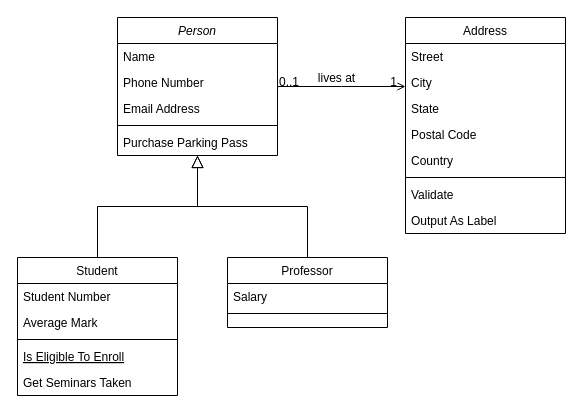
Earlier version of the draw.io diagram Visuels/wordies arch.drawio (Igniiis/wordies). Source tidied: cells renumbered, new cells numbered last; positions are measured from the earlier drawing's top-left corner, leaving out a move shared by most shapes. Both pictures are drawn from the tidied source at 100%, with x=0, y=0 at pixel (17, 17).
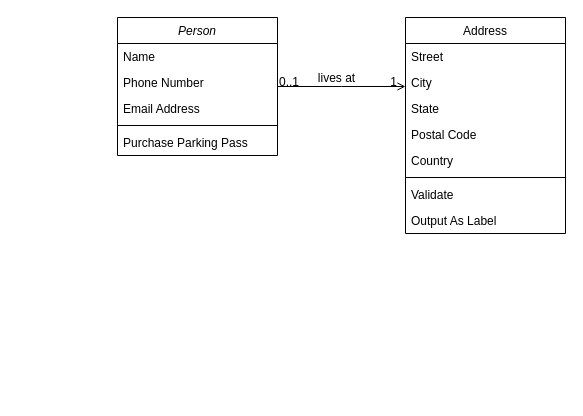
Above is the later version.

Commit message (it also covers changes not shown here):
Mettre à jour wordies arch.drawio

Unchanged cells that the change refers to:
```xml
<mxCell id="2" value="Person" style="swimlane;fontStyle=2;align=center;verticalAlign=top;horizontal=1;startSize=26;rounded=0;shadow=0;strokeWidth=1;" parent="1" vertex="1">
  <mxGeometry x="100" width="160" height="138" as="geometry" />
</mxCell>
```

Change to the diagram source:
```diff
@@
-    <mxCell id="8" value="Student" style="swimlane;fontStyle=0;align=center;verticalAlign=top;horizontal=1;startSize=26;rounded=0;shadow=0;strokeWidth=1;" parent="1" vertex="1">
-      <mxGeometry y="240" width="160" height="138" as="geometry" />
-    </mxCell>
-    <mxCell id="9" value="Student Number" style="text;align=left;verticalAlign=top;spacingLeft=4;spacingRight=4;overflow=hidden;" parent="8" vertex="1">
-      <mxGeometry y="26" width="160" height="26" as="geometry" />
-    </mxCell>
-    <mxCell id="10" value="Average Mark" style="text;align=left;verticalAlign=top;spacingLeft=4;spacingRight=4;overflow=hidden;rounded=0;shadow=0;html=0;" parent="8" vertex="1">
-      <mxGeometry y="52" width="160" height="26" as="geometry" />
-    </mxCell>
-    <mxCell id="11" style="line;html=1;strokeWidth=1;align=left;verticalAlign=middle;spacingTop=-1;spacingLeft=3;spacingRight=3;labelPosition=right;" parent="8" vertex="1">
-      <mxGeometry y="78" width="160" height="8" as="geometry" />
-    </mxCell>
-    <mxCell id="12" value="Is Eligible To Enroll" style="text;align=left;verticalAlign=top;spacingLeft=4;spacingRight=4;overflow=hidden;fontStyle=4;" parent="8" vertex="1">
-      <mxGeometry y="86" width="160" height="26" as="geometry" />
-    </mxCell>
-    <mxCell id="13" value="Get Seminars Taken" style="text;align=left;verticalAlign=top;spacingLeft=4;spacingRight=4;overflow=hidden;" parent="8" vertex="1">
-      <mxGeometry y="112" width="160" height="26" as="geometry" />
-    </mxCell>
-    <mxCell id="14" style="endArrow=block;endSize=10;endFill=0;shadow=0;strokeWidth=1;rounded=0;edgeStyle=elbowEdgeStyle;elbow=vertical;" parent="1" edge="1" source="8" target="2">
-      <mxGeometry relative="1" as="geometry" />
-    </mxCell>
-    <mxCell id="15" value="Professor" style="swimlane;fontStyle=0;align=center;verticalAlign=top;horizontal=1;startSize=26;rounded=0;shadow=0;strokeWidth=1;" parent="1" vertex="1">
-      <mxGeometry x="210" y="240" width="160" height="70" as="geometry" />
-    </mxCell>
-    <mxCell id="16" value="Salary" style="text;align=left;verticalAlign=top;spacingLeft=4;spacingRight=4;overflow=hidden;" parent="15" vertex="1">
-      <mxGeometry y="26" width="160" height="26" as="geometry" />
-    </mxCell>
-    <mxCell id="17" style="line;html=1;strokeWidth=1;align=left;verticalAlign=middle;spacingTop=-1;spacingLeft=3;spacingRight=3;labelPosition=right;" parent="15" vertex="1">
-      <mxGeometry y="52" width="160" height="8" as="geometry" />
-    </mxCell>
-    <mxCell id="18" style="endArrow=block;endSize=10;endFill=0;shadow=0;strokeWidth=1;rounded=0;edgeStyle=elbowEdgeStyle;elbow=vertical;" parent="1" edge="1" source="15" target="2">
-      <mxGeometry relative="1" as="geometry" />
-    </mxCell>
```
